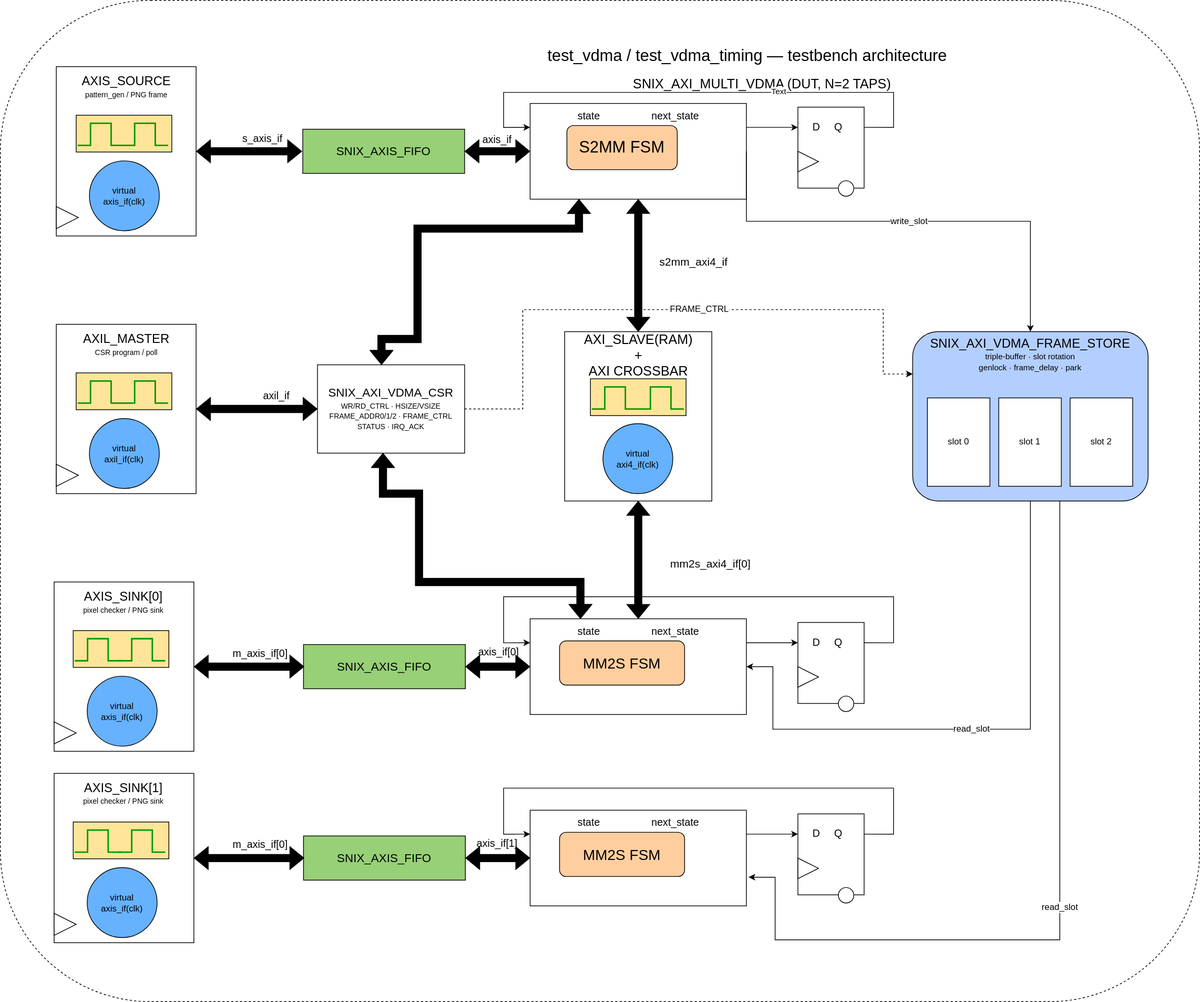
The draw.io diagram docs/snix_axi_multi_vdma.svg in nelsoncsc/verilaxi, before a commit. Source tidied: cells renumbered, new cells last; positions are measured from the earlier drawing's top-left corner, leaving out a move shared by most shapes.
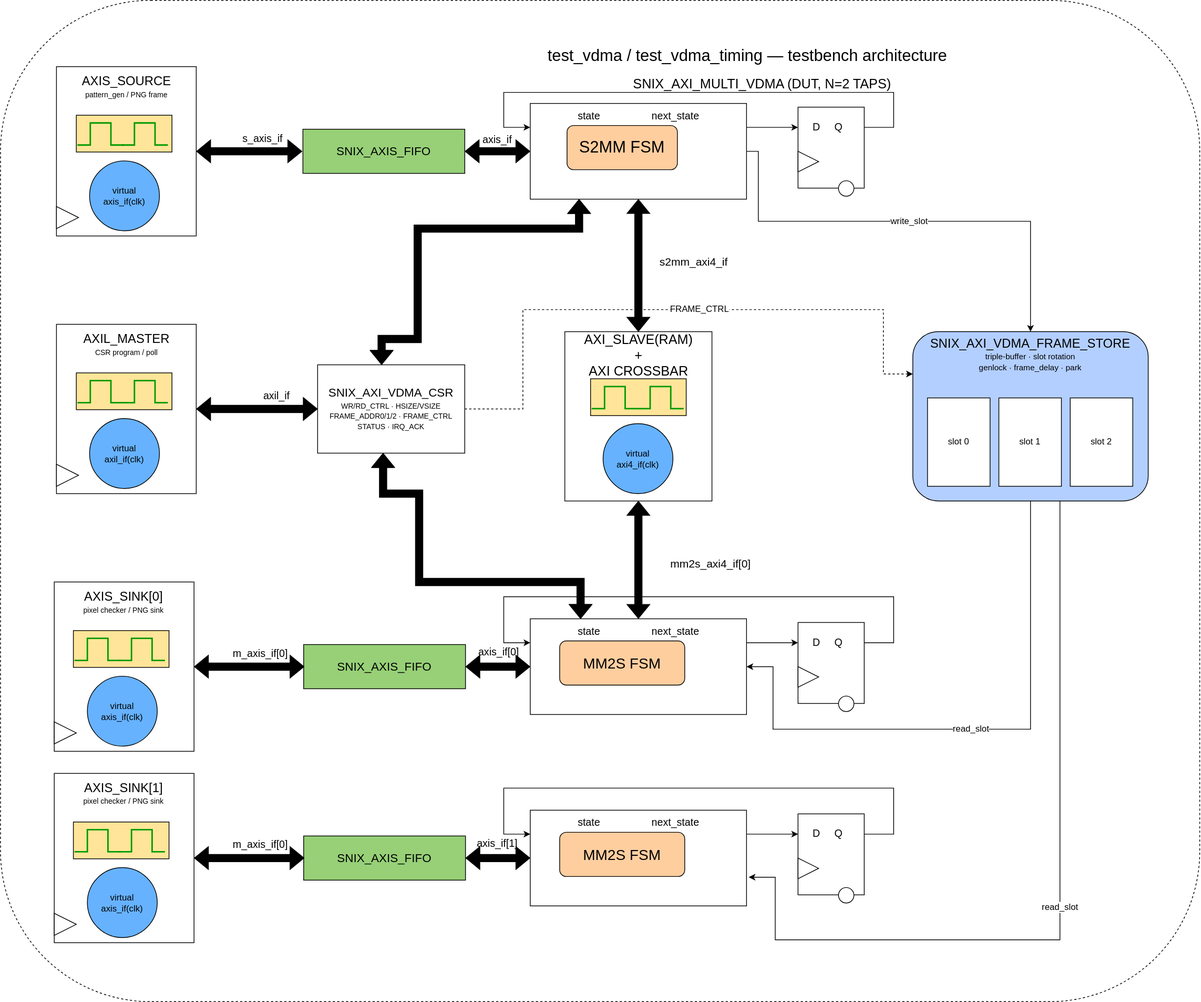
The same file after the commit.

Commit message:
update vdma figs; misplaced arrows

Change to the diagram source:
```diff
@@ -48,11 +48,6 @@
         </Array>
       </mxGeometry>
     </mxCell>
-    <mxCell id="15" value="Text" style="edgeLabel;html=1;align=center;verticalAlign=middle;" parent="14" vertex="1">
-      <mxGeometry x="-0.3" y="-3" relative="1" as="geometry">
-        <mxPoint x="1" y="1" as="offset" />
-      </mxGeometry>
-    </mxCell>
     <mxCell id="16" style="rounded=0;whiteSpace=wrap;html=1;" parent="1" vertex="1">
       <mxGeometry x="720" y="840" width="294" height="130" as="geometry" />
     </mxCell>
@@ -159,7 +154,8 @@
     <mxCell id="42" value="&lt;font style=&quot;font-size:12px;&quot;&gt;write_slot&lt;/font&gt;" style="edgeStyle=orthogonalEdgeStyle;endArrow=classic;html=1;rounded=0;exitX=1;exitY=0.5;exitDx=0;exitDy=0;entryX=0.5;entryY=0;entryDx=0;entryDy=0;" parent="1" edge="1" source="6" target="38">
       <mxGeometry relative="1" as="geometry">
         <Array as="points">
-          <mxPoint x="1014" y="300" />
+          <mxPoint x="1030" y="205" />
+          <mxPoint x="1030" y="300" />
           <mxPoint x="1400" y="300" />
         </Array>
       </mxGeometry>
```
